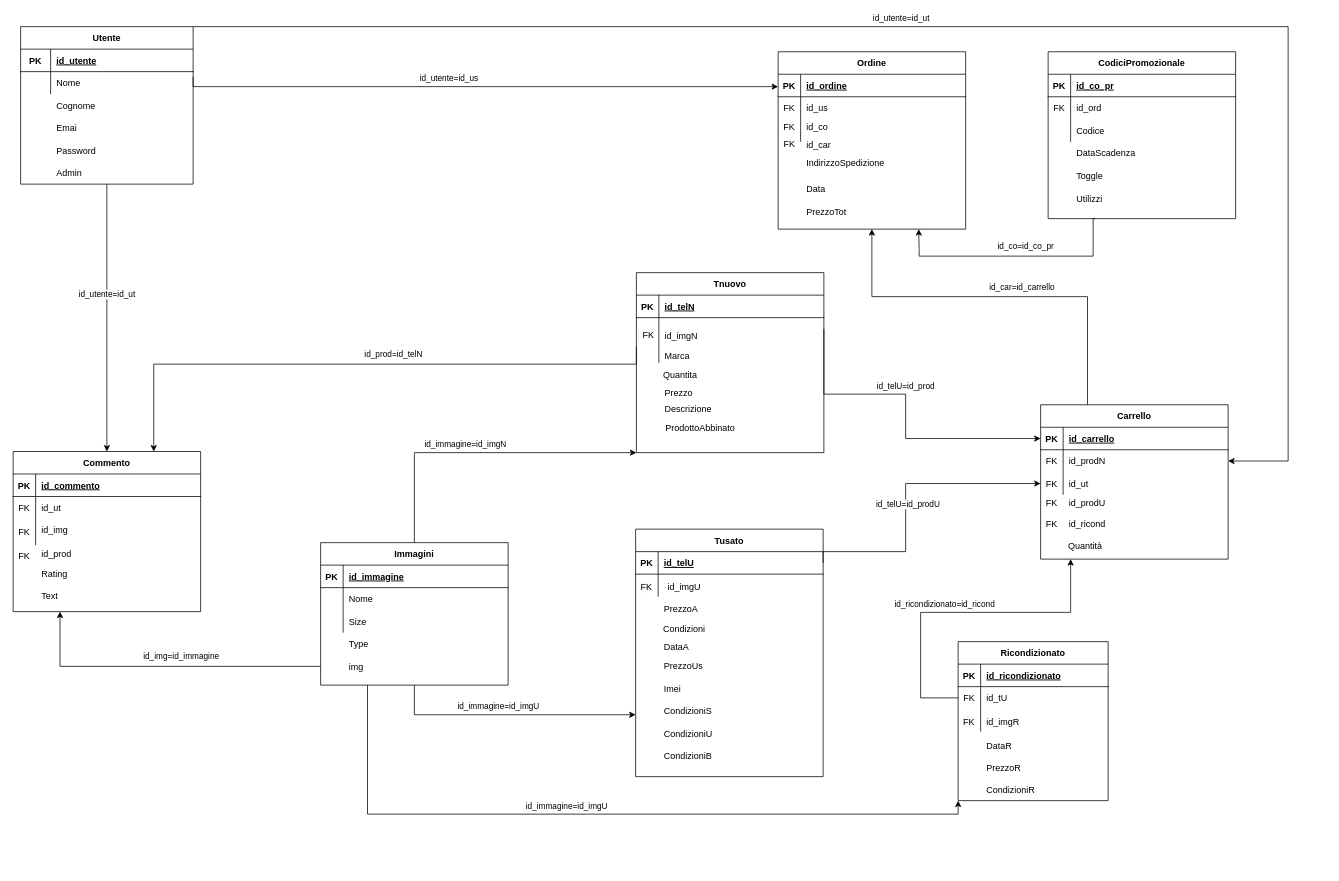
Above: Creazione DBMS/PearShop.drawio in doublep21/PearShop (draw.io), before the change. Source tidied: cells renumbered, new cells numbered last; positions are measured from the earlier drawing's top-left corner, leaving out a move shared by most shapes. Both pictures are drawn from the tidied source at 75%, with x=0, y=0 at pixel (13, 26).
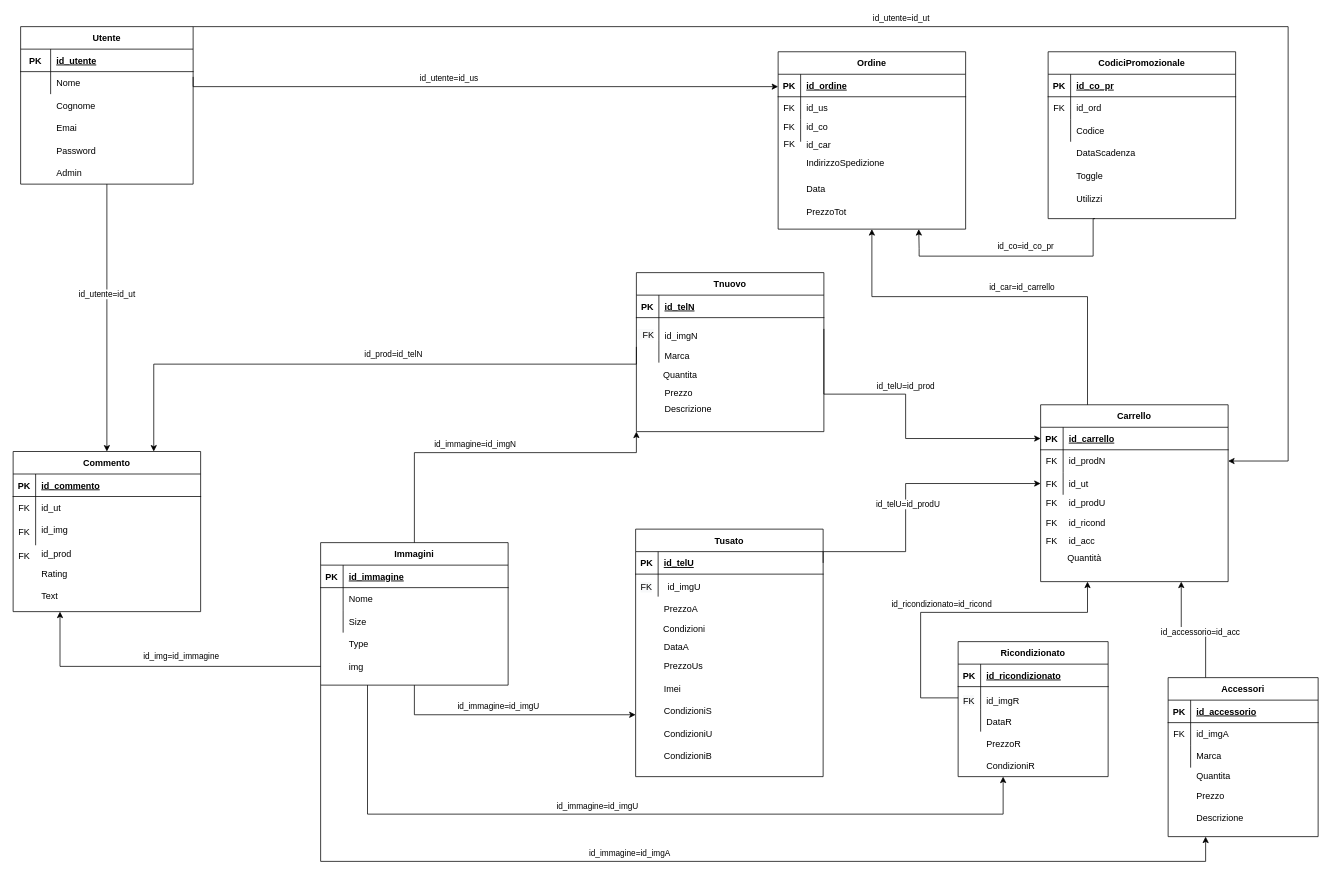
Above is the later version.

Commit message:
agg. dbms

Unchanged cells that the change refers to:
```xml
<mxCell id="40" value="Immagini" style="shape=table;startSize=30;childLayout=tableLayout;rowLines=0;fontStyle=1;align=center;" parent="1" vertex="1">
  <mxGeometry x="410" y="688" width="250" height="190" as="geometry" />
</mxCell>
<mxCell id="134" style="shape=partialRectangle;fillColor=none;points=[[0,0.5],[1,0.5]];portConstraint=eastwest;top=0;left=0;right=0;bottom=0;" parent="130" vertex="1">
  <mxGeometry y="60" width="200" height="30" as="geometry" />
</mxCell>
```

The edit, as a diff of the source:
```diff
@@
     <mxCell id="94" value="Tnuovo" style="shape=table;startSize=30;childLayout=tableLayout;rowLines=0;fontStyle=1;align=center;" parent="1" vertex="1">
-      <mxGeometry x="831" y="328" width="250" height="240" as="geometry" />
+      <mxGeometry x="831" y="328" width="250" height="212" as="geometry" />
     </mxCell>
@@
-    <mxCell id="124" value="ProdottoAbbinato" style="shape=partialRectangle;overflow=hidden;fillColor=none;top=0;left=0;bottom=0;right=0;align=left;spacingLeft=6;" parent="1" vertex="1">
-      <mxGeometry x="862" y="520" width="180" height="30" as="geometry" />
-    </mxCell>
@@
     <mxCell id="130" value="Ricondizionato" style="shape=table;startSize=30;childLayout=tableLayout;rowLines=0;fontStyle=1;align=center;" parent="1" vertex="1">
-      <mxGeometry x="1260" y="820" width="200" height="212" as="geometry" />
+      <mxGeometry x="1260" y="820" width="200" height="180" as="geometry" />
     </mxCell>
@@
-    <mxCell id="135" value="FK" style="shape=partialRectangle;overflow=hidden;fillColor=none;top=0;left=0;bottom=0;right=0;" parent="134" vertex="1">
+    <mxCell id="135" style="shape=partialRectangle;overflow=hidden;fillColor=none;top=0;left=0;bottom=0;right=0;" parent="134" vertex="1">
       <mxGeometry width="30" height="30" as="geometry" />
     </mxCell>
-    <mxCell id="136" value="id_tU" style="shape=partialRectangle;overflow=hidden;fillColor=none;top=0;left=0;bottom=0;right=0;align=left;spacingLeft=6;" parent="134" vertex="1">
+    <mxCell id="136" style="shape=partialRectangle;overflow=hidden;fillColor=none;top=0;left=0;bottom=0;right=0;align=left;spacingLeft=6;" parent="134" vertex="1">
       <mxGeometry x="30" width="170" height="30" as="geometry" />
     </mxCell>
@@
     <mxCell id="140" value="DataR" style="shape=partialRectangle;overflow=hidden;fillColor=none;top=0;left=0;bottom=0;right=0;align=left;spacingLeft=6;" parent="1" vertex="1">
-      <mxGeometry x="1290" y="943" width="220" height="30" as="geometry" />
+      <mxGeometry x="1290" y="911" width="220" height="30" as="geometry" />
     </mxCell>
     <mxCell id="141" value="PrezzoR" style="shape=partialRectangle;overflow=hidden;fillColor=none;top=0;left=0;bottom=0;right=0;align=left;spacingLeft=6;" parent="1" vertex="1">
-      <mxGeometry x="1290" y="973" width="220" height="30" as="geometry" />
+      <mxGeometry x="1290" y="941" width="220" height="30" as="geometry" />
     </mxCell>
     <mxCell id="142" value="CondizioniR" style="shape=partialRectangle;overflow=hidden;fillColor=none;top=0;left=0;bottom=0;right=0;align=left;spacingLeft=6;" parent="1" vertex="1">
-      <mxGeometry x="1290" y="1002" width="180" height="30" as="geometry" />
+      <mxGeometry x="1290" y="970" width="180" height="30" as="geometry" />
     </mxCell>
@@
     <mxCell id="149" value="Carrello" style="shape=table;startSize=30;childLayout=tableLayout;rowLines=0;fontStyle=1;align=center;" parent="1" vertex="1">
-      <mxGeometry x="1370" y="504.2" width="250" height="205.8" as="geometry" />
+      <mxGeometry x="1370" y="504.2" width="250" height="235.8" as="geometry" />
     </mxCell>
@@
     <mxCell id="162" value="Quantità" style="shape=partialRectangle;overflow=hidden;fillColor=none;top=0;left=0;bottom=0;right=0;align=left;spacingLeft=6;" parent="1" vertex="1">
-      <mxGeometry x="1399" y="677" width="220" height="30" as="geometry" />
+      <mxGeometry x="1398" y="693" width="220" height="30" as="geometry" />
     </mxCell>
@@
     <mxCell id="174" style="shape=partialRectangle;fillColor=none;top=0;left=0;right=0;bottom=0;" parent="1" vertex="1">
-      <mxGeometry x="1370" y="648" width="250" height="30" as="geometry" />
+      <mxGeometry x="1370" y="646" width="250" height="30" as="geometry" />
     </mxCell>
@@
-    <mxCell id="177" style="edgeStyle=orthogonalEdgeStyle;rounded=0;jettySize=auto;html=1;exitX=0.25;exitY=1;exitDx=0;exitDy=0;entryX=0;entryY=1;entryDx=0;entryDy=0;" parent="1" edge="1" source="40" target="130">
+    <mxCell id="177" style="edgeStyle=orthogonalEdgeStyle;rounded=0;jettySize=auto;html=1;exitX=0.25;exitY=1;exitDx=0;exitDy=0;" parent="1" edge="1" source="40">
       <mxGeometry relative="1" as="geometry">
+        <mxPoint x="1320" y="1000" as="targetPoint" />
         <Array as="points">
           <mxPoint x="473" y="1050" />
-          <mxPoint x="1260" y="1050" />
+          <mxPoint x="1320" y="1050" />
         </Array>
       </mxGeometry>
     </mxCell>
@@
     <mxCell id="179" value="id_imgR" style="shape=partialRectangle;overflow=hidden;fillColor=none;top=0;left=0;bottom=0;right=0;align=left;spacingLeft=6;" parent="1" vertex="1">
-      <mxGeometry x="1290" y="911" width="170" height="30" as="geometry" />
+      <mxGeometry x="1290" y="883" width="170" height="30" as="geometry" />
     </mxCell>
     <mxCell id="180" value="&lt;span style=&quot;color: rgb(0, 0, 0); font-family: Helvetica; font-size: 12px; font-style: normal; font-variant-ligatures: normal; font-variant-caps: normal; font-weight: 400; letter-spacing: normal; orphans: 2; text-align: center; text-indent: 0px; text-transform: none; widows: 2; word-spacing: 0px; -webkit-text-stroke-width: 0px; background-color: rgb(248, 249, 250); text-decoration-thickness: initial; text-decoration-style: initial; text-decoration-color: initial; float: none; display: inline !important;&quot;&gt;FK&lt;/span&gt;" style="text;whiteSpace=wrap;html=1;" parent="1" vertex="1">
-      <mxGeometry x="1265" y="913" width="20" height="20" as="geometry" />
+      <mxGeometry x="1265" y="885" width="20" height="20" as="geometry" />
     </mxCell>
-    <mxCell id="181" style="edgeStyle=orthogonalEdgeStyle;rounded=0;jettySize=auto;html=1;exitX=0;exitY=0.5;exitDx=0;exitDy=0;" parent="1" edge="1" source="134">
+    <mxCell id="181" style="edgeStyle=orthogonalEdgeStyle;rounded=0;jettySize=auto;html=1;exitX=0;exitY=0.5;exitDx=0;exitDy=0;entryX=0.25;entryY=1;entryDx=0;entryDy=0;" parent="1" edge="1" source="134" target="149">
       <mxGeometry relative="1" as="geometry">
-        <mxPoint x="1410" y="710" as="targetPoint" />
         <Array as="points">
           <mxPoint x="1210" y="895" />
           <mxPoint x="1210" y="781" />
-          <mxPoint x="1410" y="781" />
+          <mxPoint x="1433" y="781" />
         </Array>
       </mxGeometry>
     </mxCell>
@@
+    <mxCell id="183" style="edgeStyle=orthogonalEdgeStyle;rounded=0;jettySize=auto;html=1;exitX=0.25;exitY=0;exitDx=0;exitDy=0;entryX=0.75;entryY=1;entryDx=0;entryDy=0;" parent="1" edge="1" source="185" target="149">
+      <mxGeometry relative="1" as="geometry" />
+    </mxCell>
+    <mxCell id="184" value="id_accessorio=id_acc" style="edgeLabel;html=1;align=center;verticalAlign=middle;" parent="183" vertex="1">
+      <mxGeometry x="-0.1" y="2" relative="1" as="geometry" />
+    </mxCell>
+    <mxCell id="185" value="Accessori" style="shape=table;startSize=30;childLayout=tableLayout;rowLines=0;fontStyle=1;align=center;" parent="1" vertex="1">
+      <mxGeometry x="1540" y="868" width="200" height="212" as="geometry" />
+    </mxCell>
+    <mxCell id="186" style="shape=partialRectangle;fillColor=none;top=0;left=0;right=0;bottom=1;" parent="185" vertex="1">
+      <mxGeometry y="30" width="200" height="30" as="geometry" />
+    </mxCell>
+    <mxCell id="187" value="PK" style="shape=partialRectangle;overflow=hidden;fillColor=none;top=0;left=0;bottom=0;right=0;fontStyle=1;" parent="186" vertex="1">
+      <mxGeometry width="30" height="30" as="geometry" />
+    </mxCell>
+    <mxCell id="188" value="id_accessorio" style="shape=partialRectangle;overflow=hidden;fillColor=none;top=0;left=0;bottom=0;right=0;align=left;spacingLeft=6;fontStyle=5;" parent="186" vertex="1">
+      <mxGeometry x="30" width="170" height="30" as="geometry" />
+    </mxCell>
+    <mxCell id="189" style="shape=partialRectangle;fillColor=none;top=0;left=0;right=0;bottom=0;" parent="185" vertex="1">
+      <mxGeometry y="60" width="200" height="30" as="geometry" />
+    </mxCell>
+    <mxCell id="190" value="FK" style="shape=partialRectangle;overflow=hidden;fillColor=none;top=0;left=0;bottom=0;right=0;" parent="189" vertex="1">
+      <mxGeometry width="30" height="30" as="geometry" />
+    </mxCell>
+    <mxCell id="191" value="id_imgA" style="shape=partialRectangle;overflow=hidden;fillColor=none;top=0;left=0;bottom=0;right=0;align=left;spacingLeft=6;" parent="189" vertex="1">
+      <mxGeometry x="30" width="170" height="30" as="geometry" />
+    </mxCell>
+    <mxCell id="192" style="shape=partialRectangle;fillColor=none;top=0;left=0;right=0;bottom=0;" parent="185" vertex="1">
+      <mxGeometry y="90" width="200" height="30" as="geometry" />
+    </mxCell>
+    <mxCell id="193" style="shape=partialRectangle;overflow=hidden;fillColor=none;top=0;left=0;bottom=0;right=0;" parent="192" vertex="1">
+      <mxGeometry width="30" height="30" as="geometry" />
+    </mxCell>
+    <mxCell id="194" style="shape=partialRectangle;overflow=hidden;fillColor=none;top=0;left=0;bottom=0;right=0;align=left;spacingLeft=6;" parent="192" vertex="1">
+      <mxGeometry x="30" width="170" height="30" as="geometry" />
+    </mxCell>
+    <mxCell id="195" style="edgeStyle=orthogonalEdgeStyle;rounded=0;jettySize=auto;html=1;exitX=0;exitY=1;exitDx=0;exitDy=0;entryX=0.25;entryY=1;entryDx=0;entryDy=0;" parent="1" edge="1" source="40" target="185">
+      <mxGeometry relative="1" as="geometry">
+        <Array as="points">
+          <mxPoint x="410" y="1113" />
+          <mxPoint x="1590" y="1113" />
+        </Array>
+      </mxGeometry>
+    </mxCell>
+    <mxCell id="196" value="id_immagine=id_imgA" style="edgeLabel;html=1;align=center;verticalAlign=middle;" parent="195" vertex="1">
+      <mxGeometry x="-0.11" y="-1" relative="1" as="geometry">
+        <mxPoint x="2" y="-13" as="offset" />
+      </mxGeometry>
+    </mxCell>
+    <mxCell id="197" value="Marca" style="shape=partialRectangle;overflow=hidden;fillColor=none;top=0;left=0;bottom=0;right=0;align=left;spacingLeft=6;" parent="1" vertex="1">
+      <mxGeometry x="1570" y="957" width="180" height="30" as="geometry" />
+    </mxCell>
+    <mxCell id="198" value="Quantita" style="shape=partialRectangle;overflow=hidden;fillColor=none;top=0;left=0;bottom=0;right=0;align=left;spacingLeft=6;" parent="1" vertex="1">
+      <mxGeometry x="1570" y="984" width="180" height="30" as="geometry" />
+    </mxCell>
+    <mxCell id="199" value="Prezzo" style="shape=partialRectangle;overflow=hidden;fillColor=none;top=0;left=0;bottom=0;right=0;align=left;spacingLeft=6;" parent="1" vertex="1">
+      <mxGeometry x="1570" y="1010" width="180" height="30" as="geometry" />
+    </mxCell>
+    <mxCell id="200" value="Descrizione" style="shape=partialRectangle;overflow=hidden;fillColor=none;top=0;left=0;bottom=0;right=0;align=left;spacingLeft=6;" parent="1" vertex="1">
+      <mxGeometry x="1570" y="1040" width="180" height="30" as="geometry" />
+    </mxCell>
+    <mxCell id="201" style="shape=partialRectangle;fillColor=none;top=0;left=0;right=0;bottom=0;" parent="1" vertex="1">
+      <mxGeometry x="1370" y="670" width="250" height="30" as="geometry" />
+    </mxCell>
+    <mxCell id="202" value="FK" style="shape=partialRectangle;overflow=hidden;fillColor=none;top=0;left=0;bottom=0;right=0;" parent="201" vertex="1">
+      <mxGeometry width="30" height="30" as="geometry" />
+    </mxCell>
+    <mxCell id="203" value="id_acc" style="shape=partialRectangle;overflow=hidden;fillColor=none;top=0;left=0;bottom=0;right=0;align=left;spacingLeft=6;" parent="201" vertex="1">
+      <mxGeometry x="30" width="220" height="30" as="geometry" />
+    </mxCell>
```
